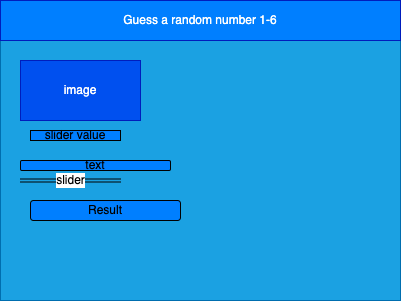
This is design/story-board.png from Allen-Li-hub/ICS2O-Unit-5-02-HTML, a draw.io export, as it was before one commit. Source tidied: cells renumbered, new cells last; positions are measured from the earlier drawing's top-left corner, leaving out a move shared by most shapes. Its diagram source:
```xml
<mxGraphModel>
  <root>
    <mxCell id="0" />
    <mxCell id="1" parent="0" />
    <mxCell id="2" style="rounded=0;whiteSpace=wrap;html=1;fillColor=#1ba1e2;fontColor=#ffffff;strokeColor=#006EAF;" parent="1" vertex="1">
      <mxGeometry width="400" height="300" as="geometry" />
    </mxCell>
    <mxCell id="3" value="Guess a random number 1-6" style="rounded=0;whiteSpace=wrap;html=1;fillColor=#007FFF;fontColor=#ffffff;strokeColor=#001DBC;" parent="1" vertex="1">
      <mxGeometry width="400" height="40" as="geometry" />
    </mxCell>
    <mxCell id="4" value="image" style="rounded=0;whiteSpace=wrap;html=1;fillColor=#0050ef;fontColor=#ffffff;strokeColor=#001DBC;" parent="1" vertex="1">
      <mxGeometry x="20" y="60" width="120" height="60" as="geometry" />
    </mxCell>
    <mxCell id="5" value="slider value" style="rounded=0;whiteSpace=wrap;html=1;fillColor=#007FFF;" parent="1" vertex="1">
      <mxGeometry x="30" y="130" width="90" height="10" as="geometry" />
    </mxCell>
    <mxCell id="6" value="slider" style="shape=link;html=1;width=3;" parent="1" edge="1">
      <mxGeometry relative="1" as="geometry">
        <mxPoint x="20" y="180" as="sourcePoint" />
        <mxPoint x="120" y="180" as="targetPoint" />
      </mxGeometry>
    </mxCell>
    <mxCell id="7" value="Result" style="rounded=1;whiteSpace=wrap;html=1;fillColor=#007FFF;" parent="1" vertex="1">
      <mxGeometry x="30" y="200" width="150" height="20" as="geometry" />
    </mxCell>
    <mxCell id="8" value="text" style="rounded=1;whiteSpace=wrap;html=1;fillColor=#007FFF;" parent="1" vertex="1">
      <mxGeometry x="20" y="160" width="150" height="10" as="geometry" />
    </mxCell>
  </root>
</mxGraphModel>
```
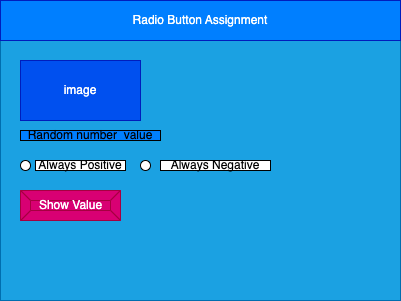
The same diagram one commit later.

What changed in the source:
```diff
@@ -5,26 +5,29 @@
     <mxCell id="2" style="rounded=0;whiteSpace=wrap;html=1;fillColor=#1ba1e2;fontColor=#ffffff;strokeColor=#006EAF;" parent="1" vertex="1">
       <mxGeometry width="400" height="300" as="geometry" />
     </mxCell>
-    <mxCell id="3" value="Guess a random number 1-6" style="rounded=0;whiteSpace=wrap;html=1;fillColor=#007FFF;fontColor=#ffffff;strokeColor=#001DBC;" parent="1" vertex="1">
+    <mxCell id="3" value="Radio Button Assignment" style="rounded=0;whiteSpace=wrap;html=1;fillColor=#007FFF;fontColor=#ffffff;strokeColor=#001DBC;" parent="1" vertex="1">
       <mxGeometry width="400" height="40" as="geometry" />
     </mxCell>
     <mxCell id="4" value="image" style="rounded=0;whiteSpace=wrap;html=1;fillColor=#0050ef;fontColor=#ffffff;strokeColor=#001DBC;" parent="1" vertex="1">
       <mxGeometry x="20" y="60" width="120" height="60" as="geometry" />
     </mxCell>
-    <mxCell id="5" value="slider value" style="rounded=0;whiteSpace=wrap;html=1;fillColor=#007FFF;" parent="1" vertex="1">
-      <mxGeometry x="30" y="130" width="90" height="10" as="geometry" />
+    <mxCell id="5" value="Random number&amp;nbsp; value" style="rounded=0;whiteSpace=wrap;html=1;fillColor=#007FFF;" parent="1" vertex="1">
+      <mxGeometry x="20" y="130" width="140" height="10" as="geometry" />
     </mxCell>
-    <mxCell id="6" value="slider" style="shape=link;html=1;width=3;" parent="1" edge="1">
-      <mxGeometry relative="1" as="geometry">
-        <mxPoint x="20" y="180" as="sourcePoint" />
-        <mxPoint x="120" y="180" as="targetPoint" />
-      </mxGeometry>
-    </mxCell>
-    <mxCell id="7" value="Result" style="rounded=1;whiteSpace=wrap;html=1;fillColor=#007FFF;" parent="1" vertex="1">
-      <mxGeometry x="30" y="200" width="150" height="20" as="geometry" />
-    </mxCell>
-    <mxCell id="8" value="text" style="rounded=1;whiteSpace=wrap;html=1;fillColor=#007FFF;" parent="1" vertex="1">
-      <mxGeometry x="20" y="160" width="150" height="10" as="geometry" />
-    </mxCell>
+    <mxCell id="9" style="ellipse;whiteSpace=wrap;html=1;" parent="1" vertex="1">
+      <mxGeometry x="140" y="160" width="10" height="10" as="geometry" />
+    </mxCell>
+    <mxCell id="10" value="Show Value" style="labelPosition=center;verticalLabelPosition=middle;align=center;html=1;shape=mxgraph.basic.button;dx=10;fillColor=#d80073;fontColor=#ffffff;strokeColor=#A50040;" parent="1" vertex="1">
+      <mxGeometry x="20" y="190" width="100" height="30" as="geometry" />
+    </mxCell>
+    <mxCell id="11" style="ellipse;whiteSpace=wrap;html=1;" parent="1" vertex="1">
+      <mxGeometry x="20" y="160" width="10" height="10" as="geometry" />
+    </mxCell>
+    <mxCell id="12" value="Always Positive" style="rounded=0;whiteSpace=wrap;html=1;" parent="1" vertex="1">
+      <mxGeometry x="35" y="160" width="90" height="10" as="geometry" />
+    </mxCell>
+    <mxCell id="13" value="Always Negative" style="rounded=0;whiteSpace=wrap;html=1;" parent="1" vertex="1">
+      <mxGeometry x="160" y="160" width="110" height="10" as="geometry" />
+    </mxCell>
   </root>
 </mxGraphModel>
```
